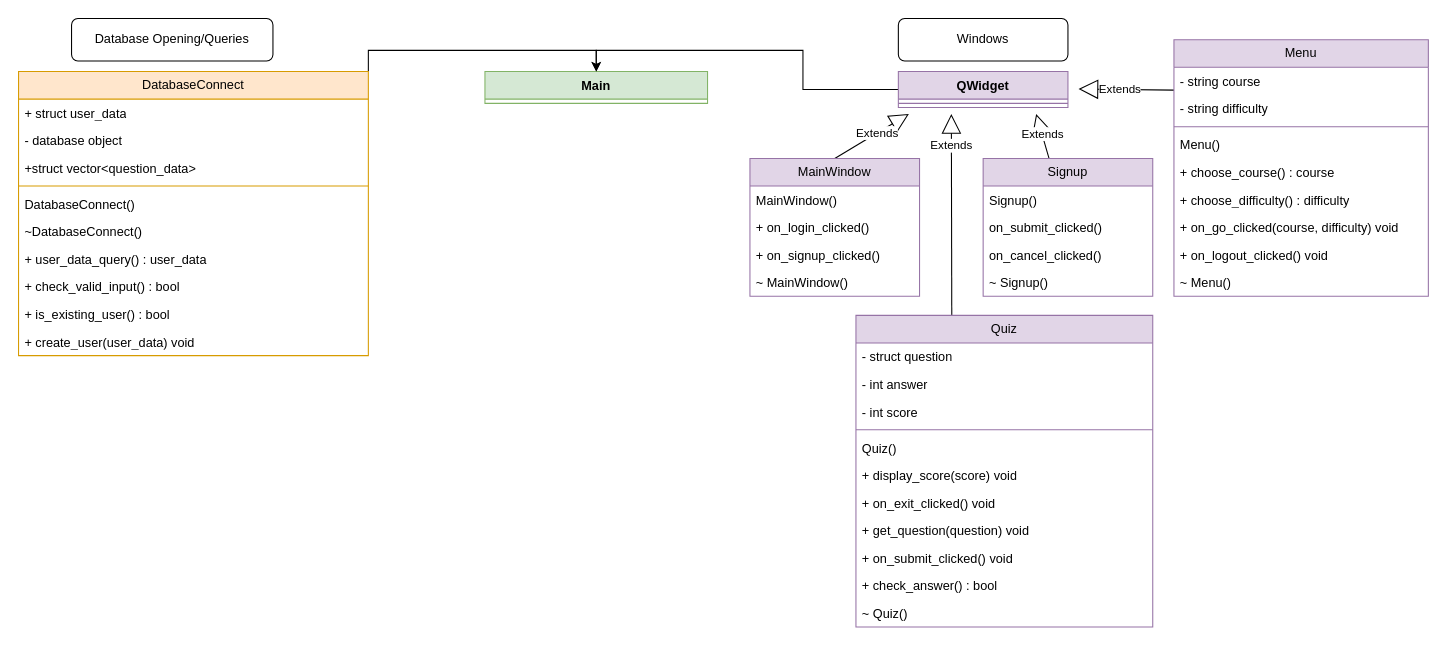
MarkHCrawford/cspall.honorsproject keeps this draw.io diagram as classes.drawio. Above is the earlier version. Source tidied: cells renumbered, new cells numbered last; positions are measured from the earlier drawing's top-left corner, leaving out a move shared by most shapes. Both pictures are drawn from the tidied source at 106%, with x=0, y=0 at pixel (18, 18).
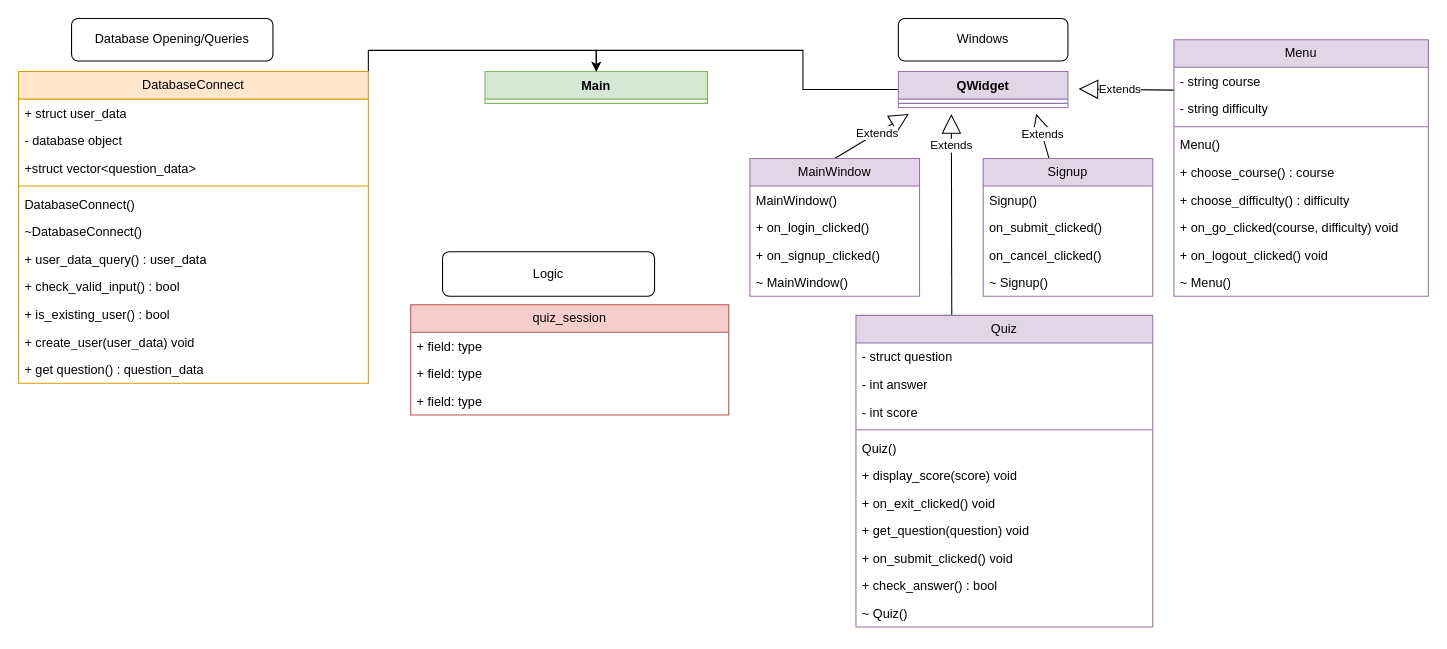
Above is the later version.

Change to the diagram source:
```diff
@@
     <mxCell id="44" value="DatabaseConnect" style="swimlane;fontStyle=0;horizontal=1;startSize=26;fillColor=#ffe6cc;whiteSpace=wrap;html=1;strokeColor=#d79b00;" parent="1" vertex="1">
-      <mxGeometry y="50" width="330" height="268" as="geometry" />
+      <mxGeometry y="50" width="330" height="294" as="geometry" />
     </mxCell>
@@
+    <mxCell id="56" value="+ get question() : question_data" style="text;strokeColor=none;fillColor=none;align=left;verticalAlign=top;spacingLeft=4;spacingRight=4;overflow=hidden;whiteSpace=wrap;html=1;" parent="44" vertex="1">
+      <mxGeometry y="268" width="330" height="26" as="geometry" />
+    </mxCell>
@@
+    <mxCell id="57" value="quiz_session" style="swimlane;fontStyle=0;horizontal=1;startSize=26;fillColor=#f8cecc;whiteSpace=wrap;html=1;strokeColor=#b85450;" parent="1" vertex="1">
+      <mxGeometry x="370" y="270" width="300" height="104" as="geometry" />
+    </mxCell>
+    <mxCell id="58" value="+ field: type" style="text;strokeColor=none;fillColor=none;align=left;verticalAlign=top;spacingLeft=4;spacingRight=4;overflow=hidden;whiteSpace=wrap;html=1;" parent="57" vertex="1">
+      <mxGeometry y="26" width="300" height="26" as="geometry" />
+    </mxCell>
+    <mxCell id="59" value="+ field: type" style="text;strokeColor=none;fillColor=none;align=left;verticalAlign=top;spacingLeft=4;spacingRight=4;overflow=hidden;whiteSpace=wrap;html=1;" parent="57" vertex="1">
+      <mxGeometry y="52" width="300" height="26" as="geometry" />
+    </mxCell>
+    <mxCell id="60" value="+ field: type" style="text;strokeColor=none;fillColor=none;align=left;verticalAlign=top;spacingLeft=4;spacingRight=4;overflow=hidden;whiteSpace=wrap;html=1;" parent="57" vertex="1">
+      <mxGeometry y="78" width="300" height="26" as="geometry" />
+    </mxCell>
+    <mxCell id="61" value="Logic" style="rounded=1;whiteSpace=wrap;html=1;" parent="1" vertex="1">
+      <mxGeometry x="400" y="220" width="200" height="42" as="geometry" />
+    </mxCell>
```
